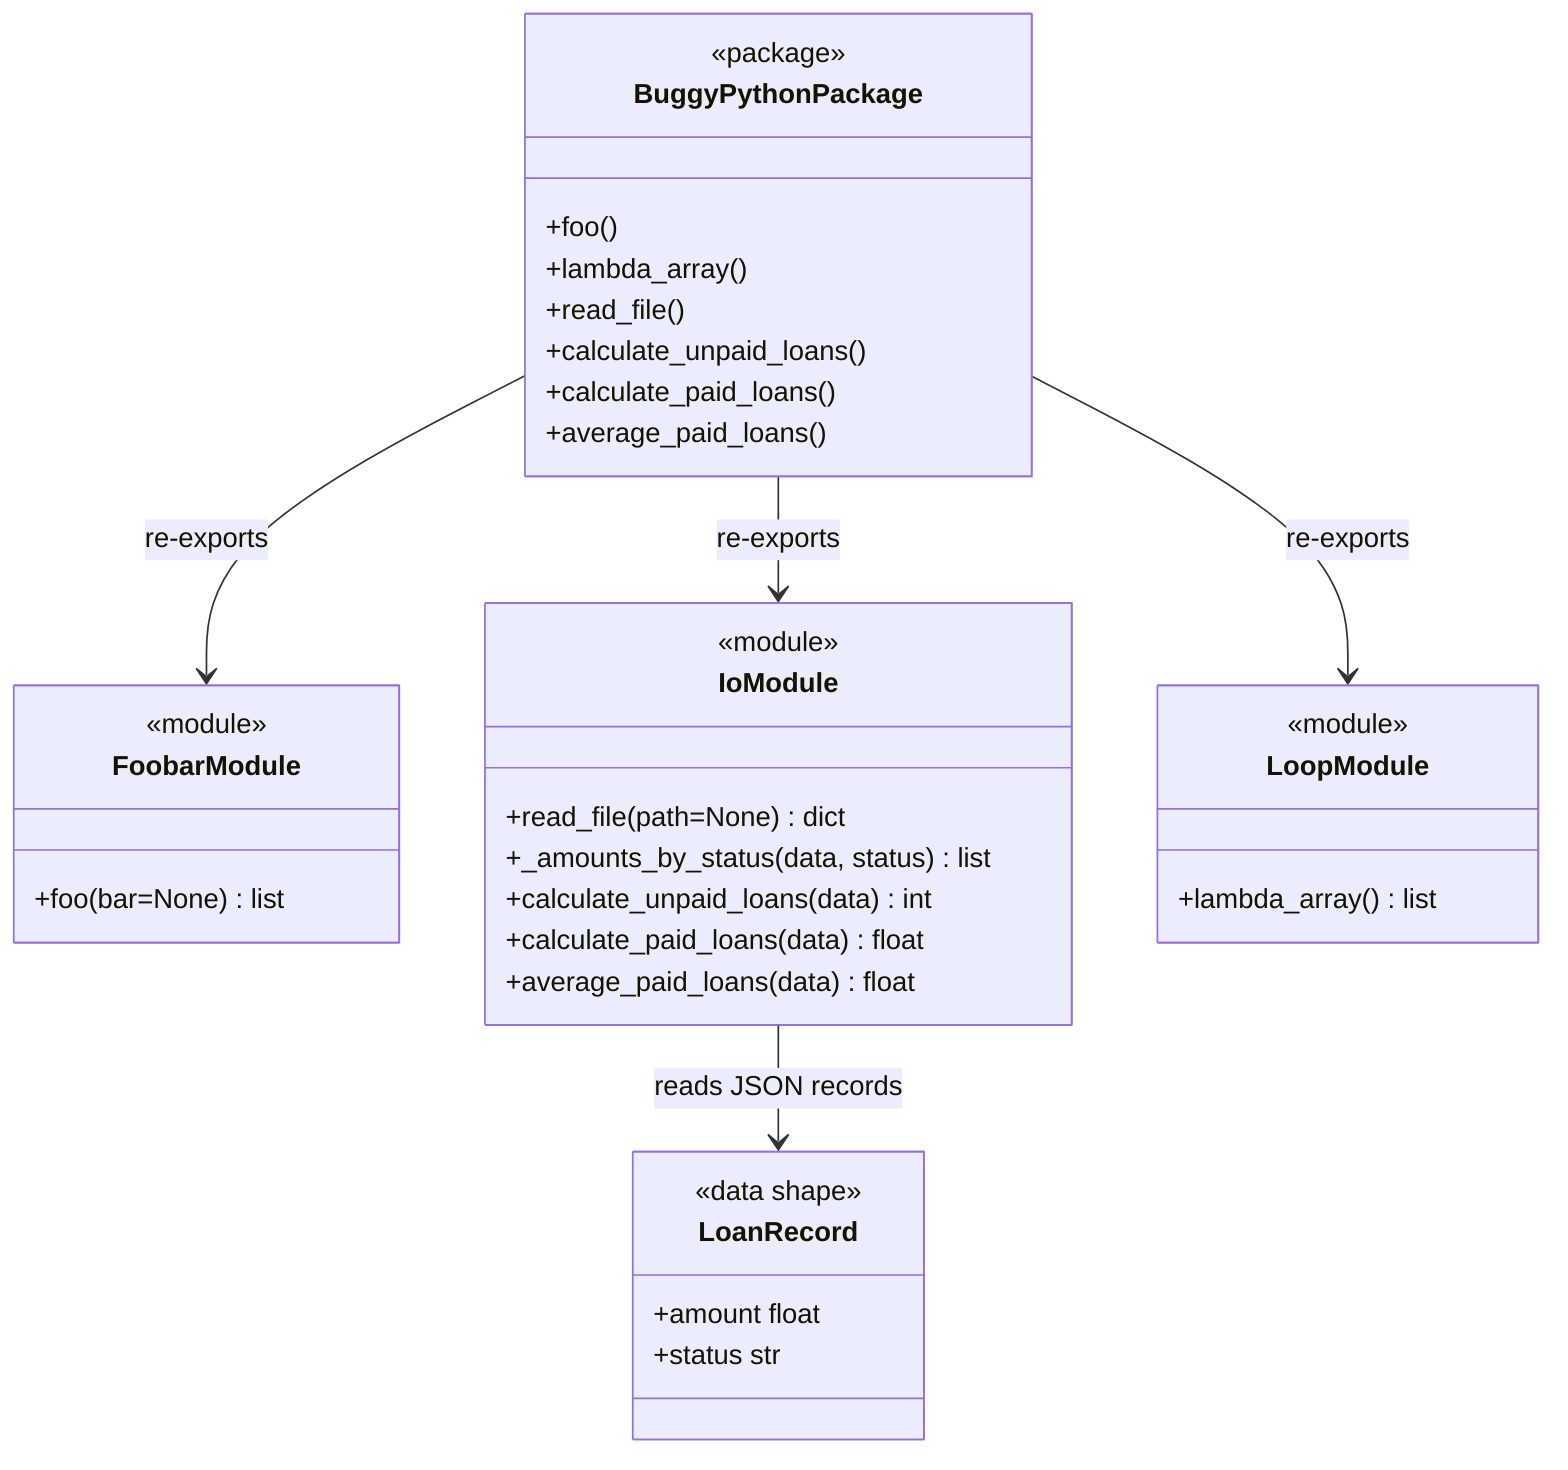
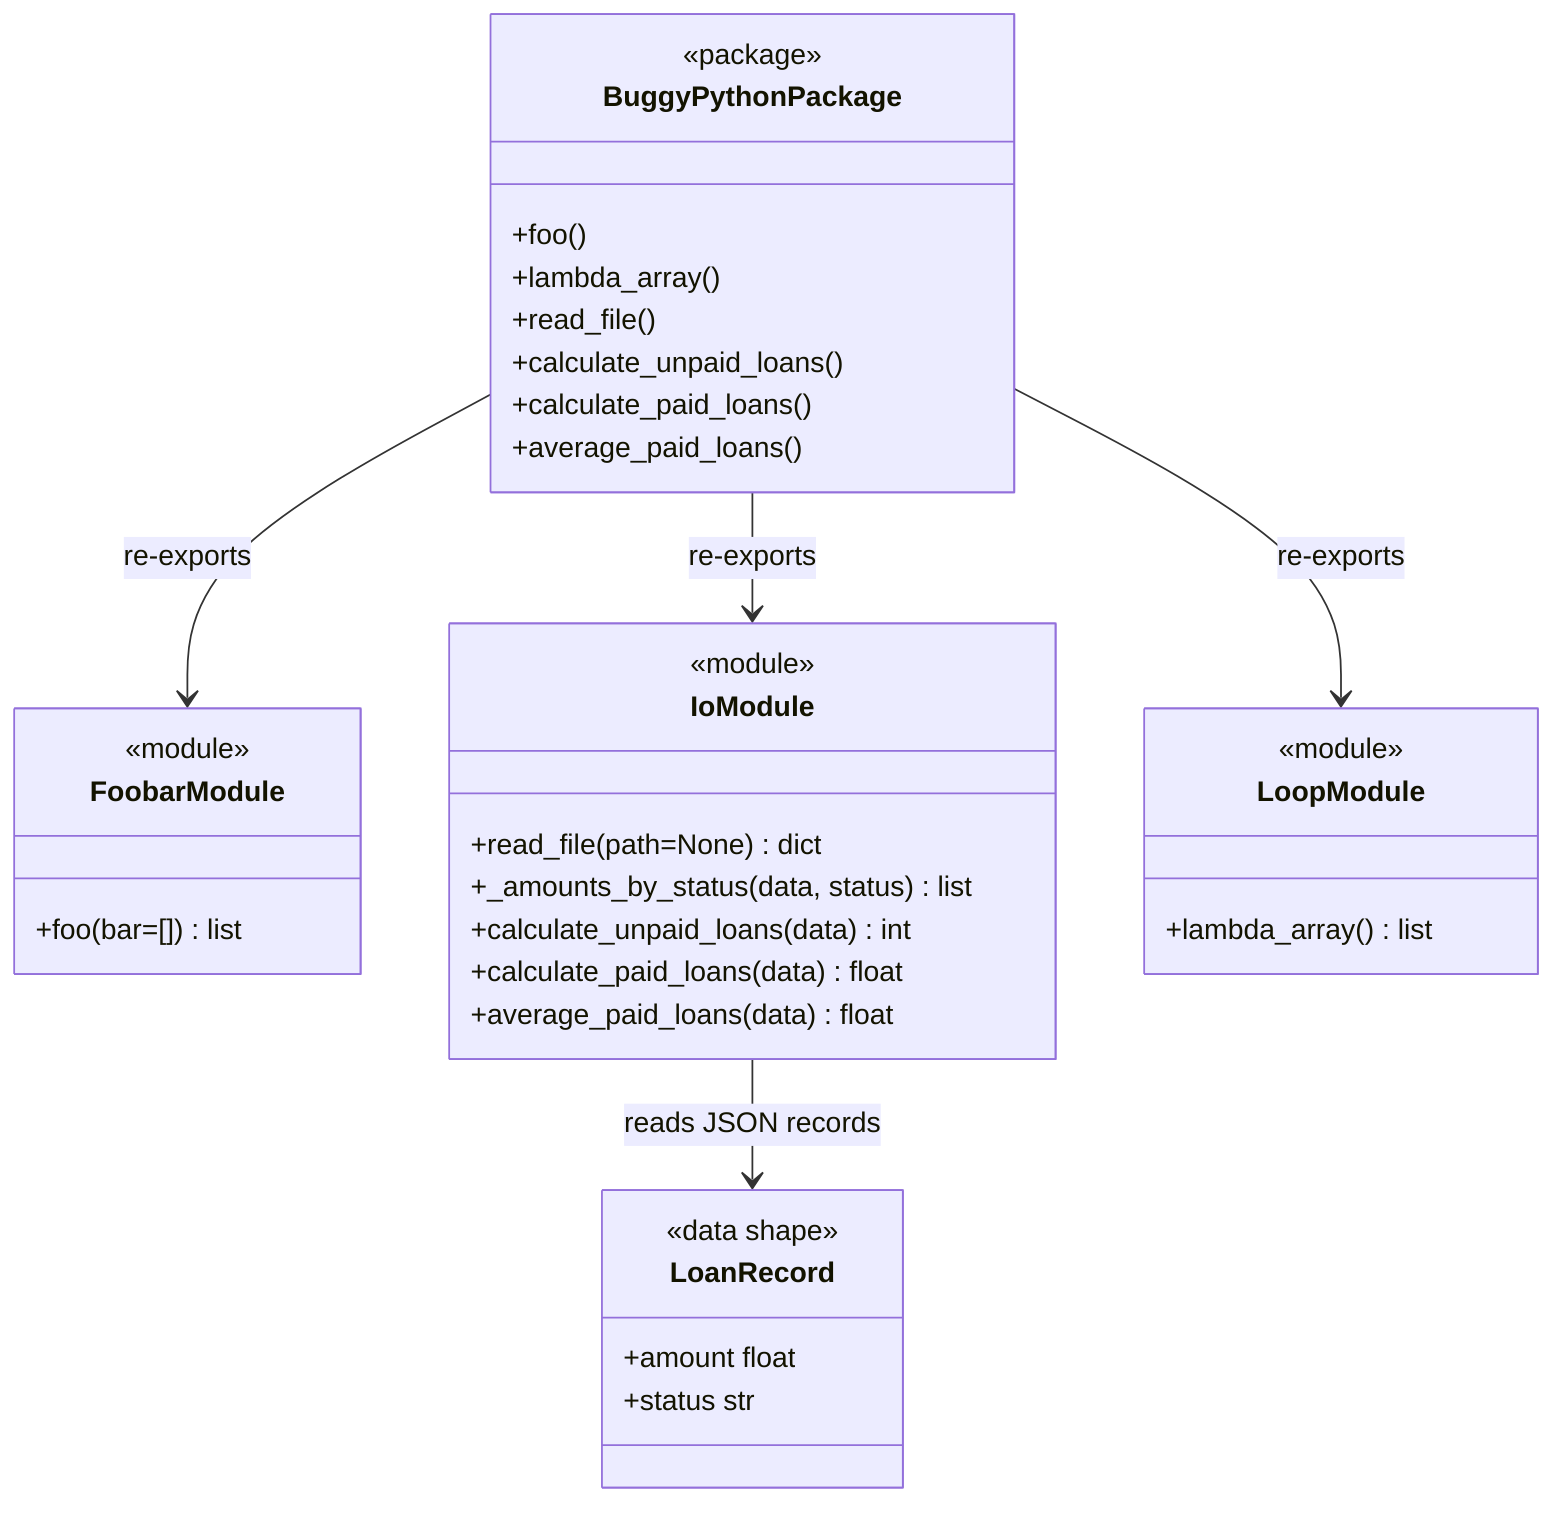
classDiagram
  class BuggyPythonPackage {
    <<package>>
    +foo()
    +lambda_array()
    +read_file()
    +calculate_unpaid_loans()
    +calculate_paid_loans()
    +average_paid_loans()
  }
  class FoobarModule {
    <<module>>
-     +foo(bar=None) list
+     +foo(bar=[]) list
  }
  class IoModule {
    <<module>>
    +read_file(path=None) dict
    +_amounts_by_status(data, status) list
    +calculate_unpaid_loans(data) int
    +calculate_paid_loans(data) float
    +average_paid_loans(data) float
  }
  class LoopModule {
    <<module>>
    +lambda_array() list
  }
  class LoanRecord {
    <<data shape>>
    +amount float
    +status str
  }
  BuggyPythonPackage --> FoobarModule : re-exports
  BuggyPythonPackage --> IoModule : re-exports
  BuggyPythonPackage --> LoopModule : re-exports
  IoModule --> LoanRecord : reads JSON records
- 
